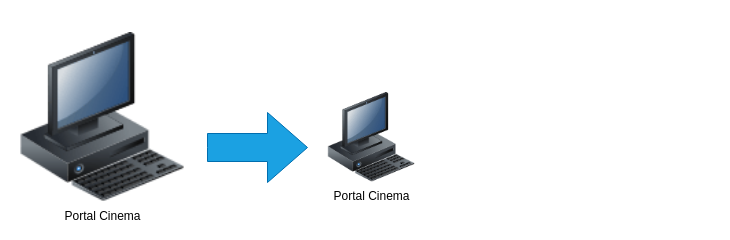
This is aula2205.drawio from Jhonneg/FluxogramaRepo, a draw.io file, before an edit. Source tidied: cells renumbered, new cells numbered last; positions are measured from the earlier drawing's top-left corner, leaving out a move shared by most shapes. Both pictures are drawn from the tidied source at 100%, with x=0, y=0 at pixel (17, 32).
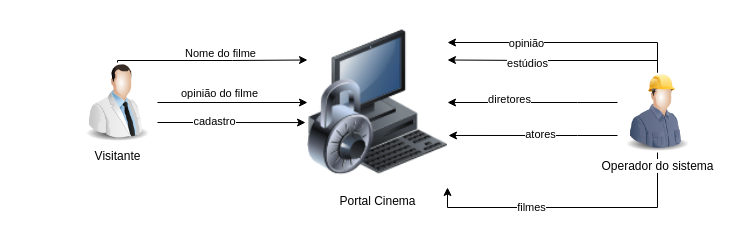
After the change.

Change to the diagram source:
```diff
@@
-    <mxCell id="2" value="Portal Cinema" style="image;html=1;image=img/lib/clip_art/computers/Workstation_128x128.png;" parent="1" vertex="1">
-      <mxGeometry width="170" height="170" as="geometry" />
-    </mxCell>
-    <mxCell id="3" value="Portal Cinema" style="image;html=1;image=img/lib/clip_art/computers/Workstation_128x128.png;" parent="1" vertex="1">
-      <mxGeometry x="304" y="60" width="100" height="90" as="geometry" />
-    </mxCell>
-    <mxCell id="4" style="html=1;shadow=0;dashed=0;align=center;verticalAlign=middle;shape=mxgraph.arrows2.arrow;dy=0.6;dx=40;notch=0;fillColor=#1ba1e2;fontColor=#ffffff;strokeColor=#006EAF;" parent="1" vertex="1">
-      <mxGeometry x="190" y="80" width="100" height="70" as="geometry" />
-    </mxCell>
+    <mxCell id="5" style="edgeStyle=orthogonalEdgeStyle;rounded=0;jettySize=auto;html=1;" parent="1" edge="1" source="9" target="10">
+      <mxGeometry relative="1" as="geometry" />
+    </mxCell>
+    <mxCell id="6" value="Nome do filme" style="edgeLabel;html=1;align=center;verticalAlign=middle;" parent="5" vertex="1">
+      <mxGeometry x="-0.17" y="3" relative="1" as="geometry">
+        <mxPoint y="-47" as="offset" />
+      </mxGeometry>
+    </mxCell>
+    <mxCell id="7" value="opinião do filme" style="edgeLabel;html=1;align=center;verticalAlign=middle;" parent="5" vertex="1">
+      <mxGeometry x="-0.19" y="3" relative="1" as="geometry">
+        <mxPoint y="-7" as="offset" />
+      </mxGeometry>
+    </mxCell>
+    <mxCell id="8" style="edgeStyle=orthogonalEdgeStyle;rounded=0;jettySize=auto;html=1;entryX=0;entryY=0.25;entryDx=0;entryDy=0;" parent="1" edge="1" source="9" target="10">
+      <mxGeometry relative="1" as="geometry">
+        <Array as="points">
+          <mxPoint x="100" y="28" />
+          <mxPoint x="215" y="28" />
+        </Array>
+      </mxGeometry>
+    </mxCell>
+    <mxCell id="9" value="Visitante" style="image;html=1;image=img/lib/clip_art/people/Scientist_Man_128x128.png;" parent="1" vertex="1">
+      <mxGeometry x="60" y="30" width="80" height="80" as="geometry" />
+    </mxCell>
+    <mxCell id="10" value="Portal Cinema" style="image;html=1;image=img/lib/clip_art/computers/Secure_System_128x128.png;" parent="1" vertex="1">
+      <mxGeometry x="290" y="-15" width="140" height="170" as="geometry" />
+    </mxCell>
+    <mxCell id="11" style="edgeStyle=orthogonalEdgeStyle;rounded=0;jettySize=auto;html=1;" parent="1" edge="1" source="19" target="10">
+      <mxGeometry relative="1" as="geometry">
+        <Array as="points">
+          <mxPoint x="640" y="10" />
+        </Array>
+      </mxGeometry>
+    </mxCell>
+    <mxCell id="12" value="opinião" style="edgeLabel;html=1;align=center;verticalAlign=middle;" parent="11" vertex="1">
+      <mxGeometry x="0.35" relative="1" as="geometry" />
+    </mxCell>
+    <mxCell id="13" style="edgeStyle=orthogonalEdgeStyle;rounded=0;jettySize=auto;html=1;entryX=1;entryY=0.25;entryDx=0;entryDy=0;" parent="1" edge="1" source="19" target="10">
+      <mxGeometry relative="1" as="geometry">
+        <Array as="points">
+          <mxPoint x="640" y="28" />
+          <mxPoint x="515" y="28" />
+        </Array>
+      </mxGeometry>
+    </mxCell>
+    <mxCell id="14" value="estúdios" style="edgeLabel;html=1;align=center;verticalAlign=middle;" parent="13" vertex="1">
+      <mxGeometry x="0.28" y="3" relative="1" as="geometry" />
+    </mxCell>
+    <mxCell id="15" style="edgeStyle=orthogonalEdgeStyle;rounded=0;jettySize=auto;html=1;" parent="1" edge="1" source="19" target="10">
+      <mxGeometry relative="1" as="geometry">
+        <Array as="points">
+          <mxPoint x="560" y="70" />
+          <mxPoint x="560" y="70" />
+        </Array>
+      </mxGeometry>
+    </mxCell>
+    <mxCell id="16" value="diretores" style="edgeLabel;html=1;align=center;verticalAlign=middle;" parent="15" vertex="1">
+      <mxGeometry x="0.28" y="-4" relative="1" as="geometry" />
+    </mxCell>
+    <mxCell id="17" style="edgeStyle=orthogonalEdgeStyle;rounded=0;jettySize=auto;html=1;entryX=1;entryY=1;entryDx=0;entryDy=0;" parent="1" edge="1" source="19" target="10">
+      <mxGeometry relative="1" as="geometry">
+        <Array as="points">
+          <mxPoint x="640" y="175" />
+          <mxPoint x="430" y="175" />
+        </Array>
+      </mxGeometry>
+    </mxCell>
+    <mxCell id="18" value="filmes" style="edgeLabel;html=1;align=center;verticalAlign=middle;" parent="17" vertex="1">
+      <mxGeometry x="0.28" y="-1" relative="1" as="geometry" />
+    </mxCell>
+    <mxCell id="19" value="Operador do sistema" style="image;html=1;image=img/lib/clip_art/people/Construction_Worker_Man_128x128.png;" parent="1" vertex="1">
+      <mxGeometry x="600" y="40" width="80" height="80" as="geometry" />
+    </mxCell>
+    <mxCell id="20" style="edgeStyle=orthogonalEdgeStyle;rounded=0;jettySize=auto;html=1;entryX=-0.014;entryY=0.618;entryDx=0;entryDy=0;entryPerimeter=0;" parent="1" edge="1" source="9" target="10">
+      <mxGeometry relative="1" as="geometry">
+        <Array as="points">
+          <mxPoint x="180" y="90" />
+          <mxPoint x="180" y="90" />
+        </Array>
+      </mxGeometry>
+    </mxCell>
+    <mxCell id="21" value="cadastro" style="edgeLabel;html=1;align=center;verticalAlign=middle;" parent="20" vertex="1">
+      <mxGeometry x="-0.24" y="2" relative="1" as="geometry" />
+    </mxCell>
+    <mxCell id="22" style="edgeStyle=orthogonalEdgeStyle;rounded=0;jettySize=auto;html=1;entryX=1.007;entryY=0.694;entryDx=0;entryDy=0;entryPerimeter=0;" parent="1" edge="1" source="19" target="10">
+      <mxGeometry relative="1" as="geometry">
+        <Array as="points">
+          <mxPoint x="560" y="103" />
+          <mxPoint x="560" y="103" />
+        </Array>
+      </mxGeometry>
+    </mxCell>
+    <mxCell id="23" value="atores" style="edgeLabel;html=1;align=center;verticalAlign=middle;" parent="22" vertex="1">
+      <mxGeometry x="-0.08" y="-1" relative="1" as="geometry" />
+    </mxCell>
```
